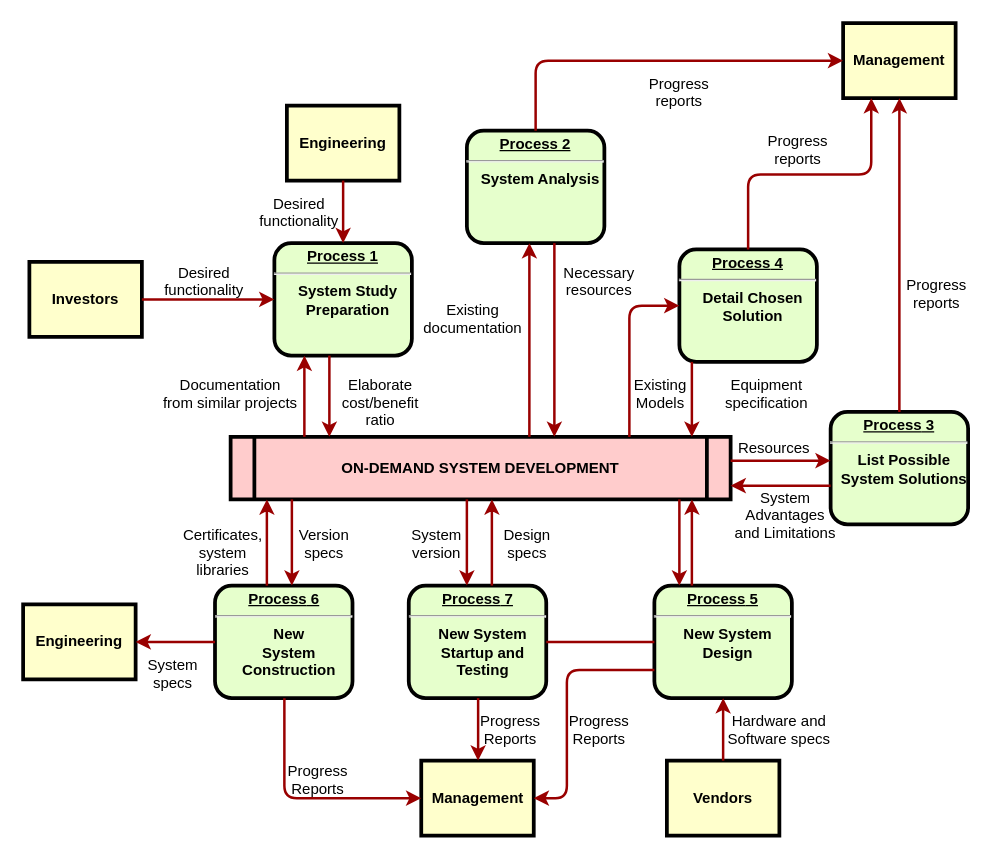
idbanfan/drawio keeps this draw.io diagram as 调试.drawio. Above is the earlier version. Source tidied: cells renumbered, new cells numbered last; positions are measured from the earlier drawing's top-left corner, leaving out a move shared by most shapes. Both pictures are drawn from the tidied source at 125%, with x=0, y=0 at pixel (22, 22).
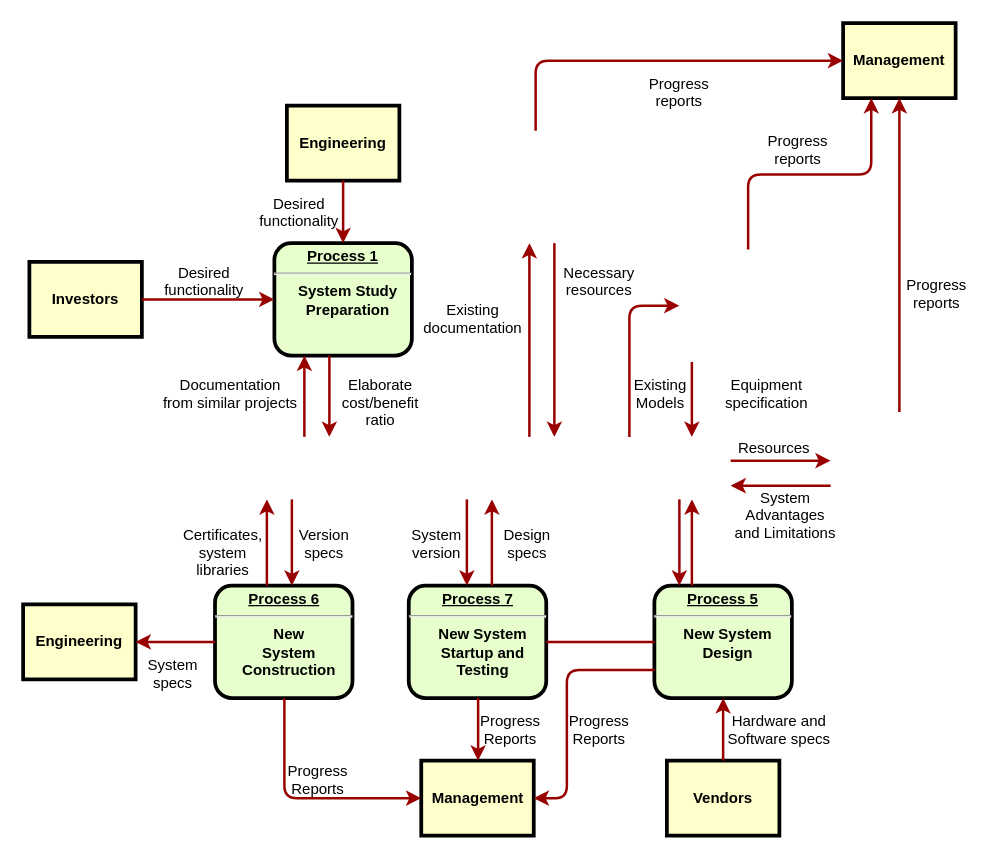
After the change.

Unchanged cells that the change refers to:
```xml
<mxCell id="2" value="&lt;p style=&quot;margin: 0px; margin-top: 4px; text-align: center; text-decoration: underline;&quot;&gt;&lt;strong&gt;Process 1&lt;br /&gt;&lt;/strong&gt;&lt;/p&gt;&lt;hr /&gt;&lt;p style=&quot;margin: 0px; margin-left: 8px;&quot;&gt;System Study&lt;/p&gt;&lt;p style=&quot;margin: 0px; margin-left: 8px;&quot;&gt;Preparation&lt;/p&gt;" style="verticalAlign=middle;align=center;overflow=fill;fontSize=12;fontFamily=Helvetica;html=1;rounded=1;fontStyle=1;strokeWidth=3;fillColor=#E6FFCC;" parent="1" vertex="1">
  <mxGeometry x="201" y="176" width="110" height="90" as="geometry" />
</mxCell>
<mxCell id="9" value="&lt;p style=&quot;margin: 0px; margin-top: 4px; text-align: center; text-decoration: underline;&quot;&gt;&lt;strong&gt;&lt;strong&gt;Process&lt;/strong&gt; 5&lt;br /&gt;&lt;/strong&gt;&lt;/p&gt;&lt;hr /&gt;&lt;p style=&quot;margin: 0px; margin-left: 8px;&quot;&gt;New System&lt;/p&gt;&lt;p style=&quot;margin: 0px; margin-left: 8px;&quot;&gt;Design&lt;/p&gt;" style="verticalAlign=middle;align=center;overflow=fill;fontSize=12;fontFamily=Helvetica;html=1;rounded=1;fontStyle=1;strokeWidth=3;fillColor=#E6FFCC;" parent="1" vertex="1">
  <mxGeometry x="505" y="450" width="110" height="90" as="geometry" />
</mxCell>
<mxCell id="10" value="&lt;p style=&quot;margin: 0px; margin-top: 4px; text-align: center; text-decoration: underline;&quot;&gt;&lt;strong&gt;&lt;strong&gt;Process&lt;/strong&gt; 6&lt;br /&gt;&lt;/strong&gt;&lt;/p&gt;&lt;hr /&gt;&lt;p style=&quot;margin: 0px; margin-left: 8px;&quot;&gt;New&lt;/p&gt;&lt;p style=&quot;margin: 0px; margin-left: 8px;&quot;&gt;System&lt;/p&gt;&lt;p style=&quot;margin: 0px; margin-left: 8px;&quot;&gt;Construction&lt;/p&gt;" style="verticalAlign=middle;align=center;overflow=fill;fontSize=12;fontFamily=Helvetica;html=1;rounded=1;fontStyle=1;strokeWidth=3;fillColor=#E6FFCC;" parent="1" vertex="1">
  <mxGeometry x="153.5" y="450" width="110" height="90" as="geometry" />
</mxCell>
<mxCell id="11" value="Management" style="whiteSpace=wrap;align=center;verticalAlign=middle;fontStyle=1;strokeWidth=3;fillColor=#FFFFCC;" parent="1" vertex="1">
  <mxGeometry x="656" width="90" height="60" as="geometry" />
</mxCell>
<mxCell id="17" value="&lt;p style=&quot;margin: 0px; margin-top: 4px; text-align: center; text-decoration: underline;&quot;&gt;&lt;strong&gt;&lt;strong&gt;Process&lt;/strong&gt; 7&lt;br /&gt;&lt;/strong&gt;&lt;/p&gt;&lt;hr /&gt;&lt;p style=&quot;margin: 0px; margin-left: 8px;&quot;&gt;New System&lt;/p&gt;&lt;p style=&quot;margin: 0px; margin-left: 8px;&quot;&gt;Startup and&lt;/p&gt;&lt;p style=&quot;margin: 0px; margin-left: 8px;&quot;&gt;Testing&lt;/p&gt;" style="verticalAlign=middle;align=center;overflow=fill;fontSize=12;fontFamily=Helvetica;html=1;rounded=1;fontStyle=1;strokeWidth=3;fillColor=#E6FFCC;" parent="1" vertex="1">
  <mxGeometry x="308.5" y="450" width="110" height="90" as="geometry" />
</mxCell>
```

The edit, as a diff of the source:
```diff
@@
-    <mxCell id="5" value="ON-DEMAND SYSTEM DEVELOPMENT" style="shape=process;whiteSpace=wrap;align=center;verticalAlign=middle;size=0.0475;fontStyle=1;strokeWidth=3;fillColor=#FFCCCC;" parent="1" vertex="1">
-      <mxGeometry x="166" y="331" width="400" height="50" as="geometry" />
-    </mxCell>
-    <mxCell id="6" value="&lt;p style=&quot;margin: 0px; margin-top: 4px; text-align: center; text-decoration: underline;&quot;&gt;&lt;strong&gt;Process 2&lt;br /&gt;&lt;/strong&gt;&lt;/p&gt;&lt;hr /&gt;&lt;p style=&quot;margin: 0px; margin-left: 8px;&quot;&gt;System Analysis&lt;/p&gt;" style="verticalAlign=middle;align=center;overflow=fill;fontSize=12;fontFamily=Helvetica;html=1;rounded=1;fontStyle=1;strokeWidth=3;fillColor=#E6FFCC;" parent="1" vertex="1">
-      <mxGeometry x="355" y="86" width="110" height="90" as="geometry" />
-    </mxCell>
-    <mxCell id="7" value="&lt;p style=&quot;margin: 0px; margin-top: 4px; text-align: center; text-decoration: underline;&quot;&gt;&lt;strong&gt;&lt;strong&gt;Process&lt;/strong&gt; 3&lt;br /&gt;&lt;/strong&gt;&lt;/p&gt;&lt;hr /&gt;&lt;p style=&quot;margin: 0px; margin-left: 8px;&quot;&gt;List Possible&lt;/p&gt;&lt;p style=&quot;margin: 0px; margin-left: 8px;&quot;&gt;System Solutions&lt;/p&gt;" style="verticalAlign=middle;align=center;overflow=fill;fontSize=12;fontFamily=Helvetica;html=1;rounded=1;fontStyle=1;strokeWidth=3;fillColor=#E6FFCC;" parent="1" vertex="1">
-      <mxGeometry x="646" y="311" width="110" height="90" as="geometry" />
-    </mxCell>
-    <mxCell id="8" value="&lt;p style=&quot;margin: 0px; margin-top: 4px; text-align: center; text-decoration: underline;&quot;&gt;&lt;strong&gt;&lt;strong&gt;Process&lt;/strong&gt; 4&lt;br /&gt;&lt;/strong&gt;&lt;/p&gt;&lt;hr /&gt;&lt;p style=&quot;margin: 0px; margin-left: 8px;&quot;&gt;Detail Chosen&lt;/p&gt;&lt;p style=&quot;margin: 0px; margin-left: 8px;&quot;&gt;Solution&lt;/p&gt;" style="verticalAlign=middle;align=center;overflow=fill;fontSize=12;fontFamily=Helvetica;html=1;rounded=1;fontStyle=1;strokeWidth=3;fillColor=#E6FFCC;" parent="1" vertex="1">
-      <mxGeometry x="525" y="181" width="110" height="90" as="geometry" />
-    </mxCell>
@@
-    <mxCell id="22" style="edgeStyle=elbowEdgeStyle;elbow=horizontal;strokeColor=#990000;strokeWidth=2;" parent="1" edge="1" source="5" target="2">
+    <mxCell id="22" style="edgeStyle=elbowEdgeStyle;elbow=horizontal;strokeColor=#990000;strokeWidth=2;" parent="1" edge="1" target="2">
       <mxGeometry relative="1" as="geometry">
+        <mxPoint x="225" y="331" as="sourcePoint" />
         <Array as="points">
           <mxPoint x="225" y="310" />
         </Array>
       </mxGeometry>
     </mxCell>
-    <mxCell id="23" style="edgeStyle=elbowEdgeStyle;elbow=horizontal;strokeColor=#990000;strokeWidth=2;" parent="1" edge="1" source="2" target="5">
+    <mxCell id="23" style="edgeStyle=elbowEdgeStyle;elbow=horizontal;strokeColor=#990000;strokeWidth=2;" parent="1" edge="1" source="2">
       <mxGeometry relative="1" as="geometry">
+        <mxPoint x="245" y="331" as="targetPoint" />
         <Array as="points">
           <mxPoint x="245" y="300" />
         </Array>
       </mxGeometry>
     </mxCell>
@@
-    <mxCell id="25" style="edgeStyle=elbowEdgeStyle;elbow=horizontal;strokeColor=#990000;strokeWidth=2;" parent="1" edge="1" source="5" target="6">
+    <mxCell id="25" style="edgeStyle=elbowEdgeStyle;elbow=horizontal;strokeColor=#990000;strokeWidth=2;" parent="1" edge="1">
       <mxGeometry relative="1" as="geometry">
+        <mxPoint x="405" y="331" as="sourcePoint" />
+        <mxPoint x="405" y="176" as="targetPoint" />
         <Array as="points">
           <mxPoint x="405" y="250" />
         </Array>
       </mxGeometry>
     </mxCell>
-    <mxCell id="26" style="edgeStyle=elbowEdgeStyle;elbow=horizontal;strokeColor=#990000;strokeWidth=2;" parent="1" edge="1" source="6" target="5">
+    <mxCell id="26" style="edgeStyle=elbowEdgeStyle;elbow=horizontal;strokeColor=#990000;strokeWidth=2;" parent="1" edge="1">
       <mxGeometry relative="1" as="geometry">
+        <mxPoint x="425" y="176" as="sourcePoint" />
+        <mxPoint x="425" y="331" as="targetPoint" />
         <Array as="points">
           <mxPoint x="425" y="260" />
         </Array>
       </mxGeometry>
     </mxCell>
@@
-    <mxCell id="32" style="edgeStyle=elbowEdgeStyle;elbow=horizontal;strokeColor=#990000;strokeWidth=2;" parent="1" edge="1" source="6" target="11">
+    <mxCell id="32" style="edgeStyle=elbowEdgeStyle;elbow=horizontal;strokeColor=#990000;strokeWidth=2;" parent="1" edge="1" target="11">
       <mxGeometry relative="1" as="geometry">
+        <mxPoint x="410" y="86" as="sourcePoint" />
         <Array as="points">
           <mxPoint x="410" y="80" />
         </Array>
       </mxGeometry>
     </mxCell>
-    <mxCell id="33" style="edgeStyle=elbowEdgeStyle;elbow=vertical;entryX=0.25;entryY=1;strokeColor=#990000;strokeWidth=2;" parent="1" edge="1" source="8" target="11">
-      <mxGeometry relative="1" as="geometry" />
+    <mxCell id="33" style="edgeStyle=elbowEdgeStyle;elbow=vertical;entryX=0.25;entryY=1;strokeColor=#990000;strokeWidth=2;" parent="1" edge="1" target="11">
+      <mxGeometry relative="1" as="geometry">
+        <mxPoint x="580" y="181" as="sourcePoint" />
+      </mxGeometry>
     </mxCell>
-    <mxCell id="34" style="edgeStyle=elbowEdgeStyle;elbow=horizontal;strokeColor=#990000;strokeWidth=2;" parent="1" edge="1" source="7" target="11">
-      <mxGeometry relative="1" as="geometry" />
+    <mxCell id="34" style="edgeStyle=elbowEdgeStyle;elbow=horizontal;strokeColor=#990000;strokeWidth=2;" parent="1" edge="1" target="11">
+      <mxGeometry relative="1" as="geometry">
+        <mxPoint x="701" y="311" as="sourcePoint" />
+      </mxGeometry>
     </mxCell>
-    <mxCell id="35" style="edgeStyle=elbowEdgeStyle;elbow=horizontal;strokeColor=#990000;strokeWidth=2;" parent="1" edge="1" source="8" target="5">
+    <mxCell id="35" style="edgeStyle=elbowEdgeStyle;elbow=horizontal;strokeColor=#990000;strokeWidth=2;" parent="1" edge="1">
       <mxGeometry relative="1" as="geometry">
+        <mxPoint x="535" y="271" as="sourcePoint" />
+        <mxPoint x="535" y="331" as="targetPoint" />
         <Array as="points">
           <mxPoint x="535" y="300" />
         </Array>
       </mxGeometry>
     </mxCell>
-    <mxCell id="36" style="edgeStyle=segmentEdgeStyle;strokeColor=#990000;strokeWidth=2;" parent="1" edge="1" source="5" target="8">
+    <mxCell id="36" style="edgeStyle=segmentEdgeStyle;strokeColor=#990000;strokeWidth=2;" parent="1" edge="1">
       <mxGeometry relative="1" as="geometry">
+        <mxPoint x="485" y="331" as="sourcePoint" />
+        <mxPoint x="525" y="226" as="targetPoint" />
         <Array as="points">
           <mxPoint x="485" y="226" />
         </Array>
       </mxGeometry>
     </mxCell>
@@
-    <mxCell id="39" style="edgeStyle=elbowEdgeStyle;elbow=vertical;strokeColor=#990000;strokeWidth=2;" parent="1" edge="1" source="5" target="7">
+    <mxCell id="39" style="edgeStyle=elbowEdgeStyle;elbow=vertical;strokeColor=#990000;strokeWidth=2;" parent="1" edge="1">
       <mxGeometry relative="1" as="geometry">
+        <mxPoint x="566" y="350" as="sourcePoint" />
+        <mxPoint x="646" y="350" as="targetPoint" />
         <Array as="points">
           <mxPoint x="615" y="350" />
         </Array>
       </mxGeometry>
     </mxCell>
-    <mxCell id="40" style="edgeStyle=elbowEdgeStyle;elbow=vertical;strokeColor=#990000;strokeWidth=2;" parent="1" edge="1" source="7" target="5">
+    <mxCell id="40" style="edgeStyle=elbowEdgeStyle;elbow=vertical;strokeColor=#990000;strokeWidth=2;" parent="1" edge="1">
       <mxGeometry relative="1" as="geometry">
+        <mxPoint x="646" y="370" as="sourcePoint" />
+        <mxPoint x="566" y="370" as="targetPoint" />
         <Array as="points">
           <mxPoint x="615" y="370" />
         </Array>
       </mxGeometry>
     </mxCell>
@@
-    <mxCell id="43" style="edgeStyle=elbowEdgeStyle;elbow=horizontal;strokeColor=#990000;strokeWidth=2;" parent="1" edge="1" source="9" target="5">
+    <mxCell id="43" style="edgeStyle=elbowEdgeStyle;elbow=horizontal;strokeColor=#990000;strokeWidth=2;" parent="1" edge="1" source="9">
       <mxGeometry relative="1" as="geometry">
+        <mxPoint x="535" y="381" as="targetPoint" />
         <Array as="points">
           <mxPoint x="535" y="410" />
         </Array>
       </mxGeometry>
     </mxCell>
-    <mxCell id="44" style="edgeStyle=elbowEdgeStyle;elbow=horizontal;strokeColor=#990000;strokeWidth=2;" parent="1" edge="1" source="5" target="9">
+    <mxCell id="44" style="edgeStyle=elbowEdgeStyle;elbow=horizontal;strokeColor=#990000;strokeWidth=2;" parent="1" edge="1" target="9">
       <mxGeometry relative="1" as="geometry">
+        <mxPoint x="525" y="381" as="sourcePoint" />
         <Array as="points">
           <mxPoint x="525" y="420" />
         </Array>
       </mxGeometry>
     </mxCell>
@@
-    <mxCell id="54" style="edgeStyle=elbowEdgeStyle;elbow=horizontal;strokeColor=#990000;strokeWidth=2;" parent="1" edge="1" source="5" target="17">
+    <mxCell id="54" style="edgeStyle=elbowEdgeStyle;elbow=horizontal;strokeColor=#990000;strokeWidth=2;" parent="1" edge="1" target="17">
       <mxGeometry relative="1" as="geometry">
+        <mxPoint x="355" y="381" as="sourcePoint" />
         <Array as="points">
           <mxPoint x="355" y="410" />
         </Array>
       </mxGeometry>
     </mxCell>
-    <mxCell id="55" style="edgeStyle=elbowEdgeStyle;elbow=horizontal;strokeColor=#990000;strokeWidth=2;" parent="1" edge="1" source="17" target="5">
+    <mxCell id="55" style="edgeStyle=elbowEdgeStyle;elbow=horizontal;strokeColor=#990000;strokeWidth=2;" parent="1" edge="1" source="17">
       <mxGeometry relative="1" as="geometry">
+        <mxPoint x="375" y="381" as="targetPoint" />
         <Array as="points">
           <mxPoint x="375" y="410" />
         </Array>
       </mxGeometry>
     </mxCell>
@@
-    <mxCell id="58" style="edgeStyle=elbowEdgeStyle;elbow=horizontal;strokeColor=#990000;strokeWidth=2;" parent="1" edge="1" source="5" target="10">
+    <mxCell id="58" style="edgeStyle=elbowEdgeStyle;elbow=horizontal;strokeColor=#990000;strokeWidth=2;" parent="1" edge="1" target="10">
       <mxGeometry relative="1" as="geometry">
+        <mxPoint x="215" y="381" as="sourcePoint" />
         <Array as="points">
           <mxPoint x="215" y="410" />
         </Array>
       </mxGeometry>
     </mxCell>
-    <mxCell id="59" style="edgeStyle=elbowEdgeStyle;elbow=horizontal;strokeColor=#990000;strokeWidth=2;" parent="1" edge="1" source="10" target="5">
+    <mxCell id="59" style="edgeStyle=elbowEdgeStyle;elbow=horizontal;strokeColor=#990000;strokeWidth=2;" parent="1" edge="1" source="10">
       <mxGeometry relative="1" as="geometry">
+        <mxPoint x="195" y="381" as="targetPoint" />
         <Array as="points">
           <mxPoint x="195" y="410" />
         </Array>
       </mxGeometry>
     </mxCell>
```
